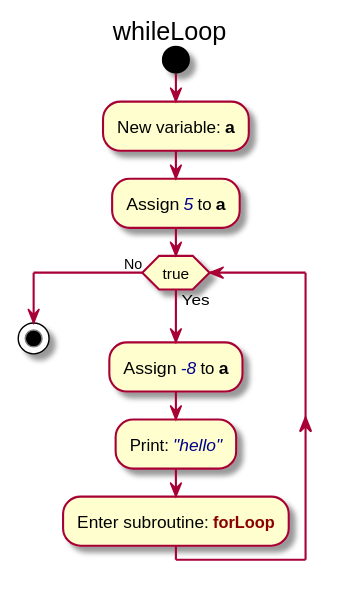
Earlier version of the PlantUML export Java-documentator/Documentation/images/Method_whileLoop_diagram.svg (afmoyar/Java-Documentator). Its diagram source:
```plantuml
@startuml
title whileLoop
start
:New variable: <b>a</b>;
:Assign <color:darkblue><i>5</i></color> to <b>a</b>;
while (true) is (Yes)
:Assign <color:darkblue><i>-8</i></color> to <b>a</b>;
:Print: <color:darkblue><i>"hello"</i></color>;
:Enter subroutine: <color:darkred><b>forLoop</b></color>;
endwhile (No)
stop
@enduml
```
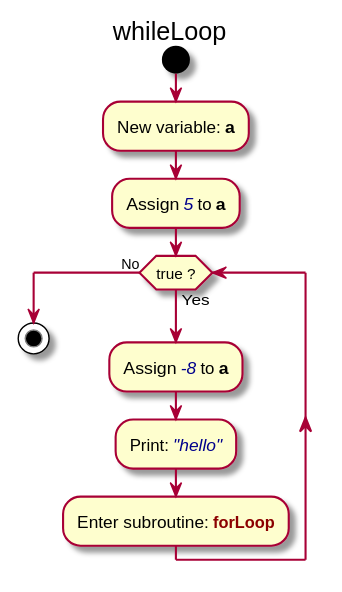
Above is the later version.

The edit, as a diff of the source:
```diff
@@ -3,7 +3,7 @@
 start
 :New variable: <b>a</b>;
 :Assign <color:darkblue><i>5</i></color> to <b>a</b>;
-while (true) is (Yes)
+while (true ?) is (Yes)
 :Assign <color:darkblue><i>-8</i></color> to <b>a</b>;
 :Print: <color:darkblue><i>"hello"</i></color>;
 :Enter subroutine: <color:darkred><b>forLoop</b></color>;
```
